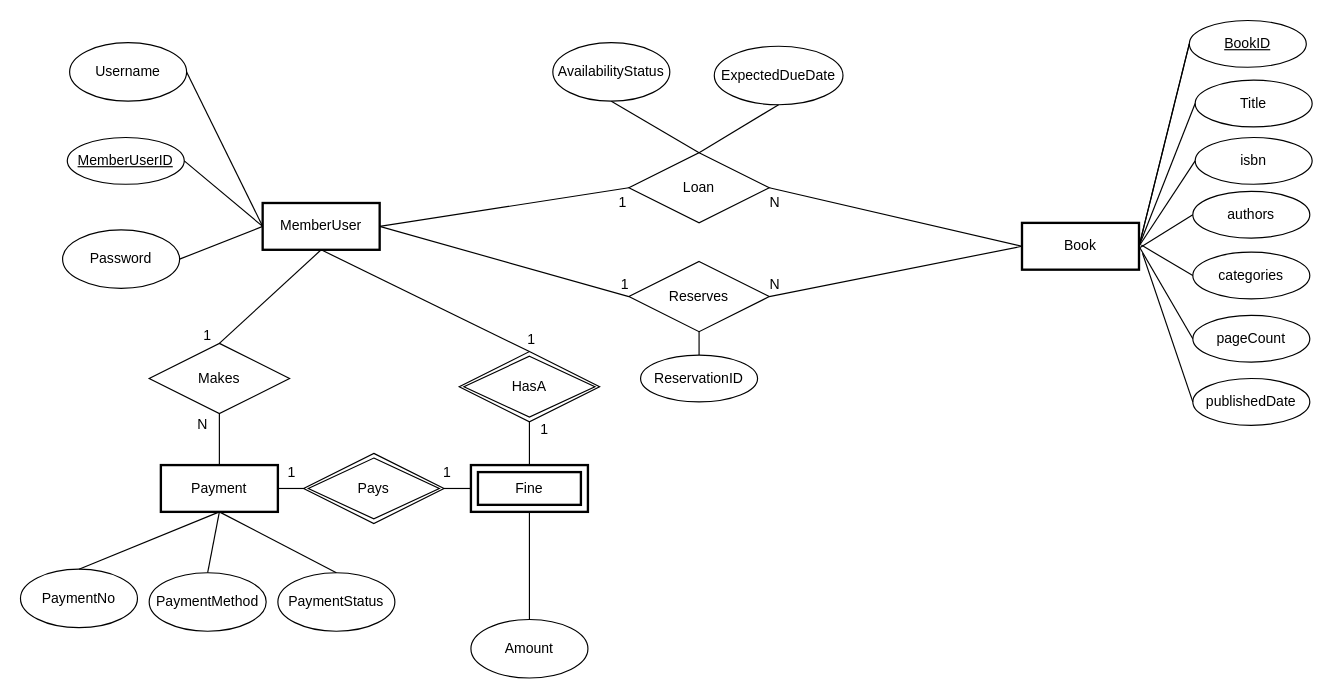
Above: page "Copy of Page-3" (1 of 6) of Untitled Diagram.drawio in kevinmingtarja/bt2102-ILS (draw.io), before the change. Source tidied: cells renumbered, new cells numbered last; positions are measured from the earlier drawing's top-left corner, leaving out a move shared by most shapes. Both pictures are drawn from the tidied source at 117%, with x=0, y=0 at pixel (20, 20).
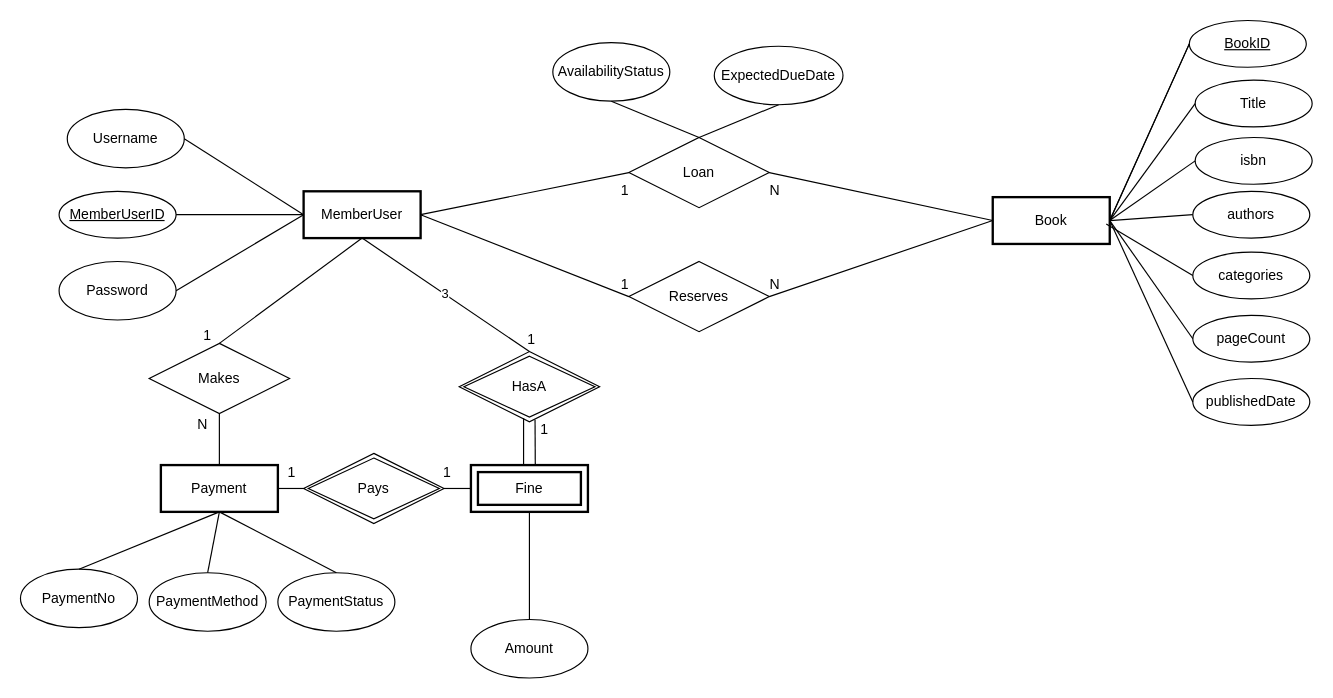
The same diagram, later.

The change refers to these unchanged cells:
```xml
<mxCell id="9" value="Reserves" style="shape=rhombus;perimeter=rhombusPerimeter;whiteSpace=wrap;html=1;align=center;" parent="1" vertex="1">
  <mxGeometry x="520" y="206" width="120" height="60" as="geometry" />
</mxCell>
<mxCell id="43" value="Fine" style="shape=ext;margin=3;double=1;whiteSpace=wrap;html=1;align=center;strokeWidth=2;" parent="1" vertex="1">
  <mxGeometry x="385" y="380" width="100" height="40" as="geometry" />
</mxCell>
<mxCell id="49" value="HasA" style="shape=rhombus;double=1;perimeter=rhombusPerimeter;whiteSpace=wrap;html=1;align=center;" parent="1" vertex="1">
  <mxGeometry x="375" y="283" width="120" height="60" as="geometry" />
</mxCell>
<mxCell id="51" value="1" style="text;html=1;strokeColor=none;fillColor=none;align=center;verticalAlign=middle;whiteSpace=wrap;rounded=0;" parent="1" vertex="1">
  <mxGeometry x="428" y="340" width="40" height="20" as="geometry" />
</mxCell>
<mxCell id="56" value="authors" style="ellipse;whiteSpace=wrap;html=1;align=center;fontStyle=0;" parent="1" vertex="1">
  <mxGeometry x="1002" y="146" width="100" height="40" as="geometry" />
</mxCell>
<mxCell id="60" value="publishedDate" style="ellipse;whiteSpace=wrap;html=1;align=center;fontStyle=0;" parent="1" vertex="1">
  <mxGeometry x="1002" y="306" width="100" height="40" as="geometry" />
</mxCell>
<mxCell id="62" value="categories" style="ellipse;whiteSpace=wrap;html=1;align=center;fontStyle=0;" parent="1" vertex="1">
  <mxGeometry x="1002" y="198" width="100" height="40" as="geometry" />
</mxCell>
```

Diff of the diagram source:
```diff
@@
     <mxCell id="2" value="MemberUser" style="whiteSpace=wrap;html=1;align=center;strokeWidth=2;" parent="1" vertex="1">
-      <mxGeometry x="207" y="156" width="100" height="40" as="geometry" />
+      <mxGeometry x="242" y="146" width="100" height="40" as="geometry" />
     </mxCell>
     <mxCell id="3" value="Book" style="whiteSpace=wrap;html=1;align=center;strokeWidth=2;" parent="1" vertex="1">
-      <mxGeometry x="856" y="173" width="100" height="40" as="geometry" />
+      <mxGeometry x="831" y="151" width="100" height="40" as="geometry" />
     </mxCell>
     <mxCell id="4" value="Loan" style="shape=rhombus;perimeter=rhombusPerimeter;whiteSpace=wrap;html=1;align=center;" parent="1" vertex="1">
-      <mxGeometry x="520" y="113" width="120" height="60" as="geometry" />
+      <mxGeometry x="520" y="100" width="120" height="60" as="geometry" />
     </mxCell>
     <mxCell id="5" value="MemberUserID" style="ellipse;whiteSpace=wrap;html=1;align=center;fontStyle=4;" parent="1" vertex="1">
-      <mxGeometry x="40" y="100" width="100" height="40" as="geometry" />
+      <mxGeometry x="33" y="146" width="100" height="40" as="geometry" />
     </mxCell>
     <mxCell id="6" value="Password" style="ellipse;whiteSpace=wrap;html=1;align=center;" parent="1" vertex="1">
-      <mxGeometry x="36" y="179" width="100" height="50" as="geometry" />
+      <mxGeometry x="33" y="206" width="100" height="50" as="geometry" />
     </mxCell>
@@
-    <mxCell id="13" value="ReservationID" style="ellipse;whiteSpace=wrap;html=1;align=center;fontStyle=0;" parent="1" vertex="1">
-      <mxGeometry x="530" y="286" width="100" height="40" as="geometry" />
-    </mxCell>
@@
-    <mxCell id="18" style="endArrow=none;html=1;rounded=0;exitX=0.5;exitY=1;exitDx=0;exitDy=0;entryX=0.5;entryY=0;entryDx=0;entryDy=0;" parent="1" edge="1" source="9" target="13">
-      <mxGeometry relative="1" as="geometry" />
-    </mxCell>
@@
     <mxCell id="35" value="1" style="text;html=1;strokeColor=none;fillColor=none;align=center;verticalAlign=middle;whiteSpace=wrap;rounded=0;" parent="1" vertex="1">
-      <mxGeometry x="495" y="146" width="40" height="20" as="geometry" />
+      <mxGeometry x="497" y="136" width="40" height="20" as="geometry" />
     </mxCell>
@@
     <mxCell id="38" value="N" style="text;html=1;strokeColor=none;fillColor=none;align=center;verticalAlign=middle;whiteSpace=wrap;rounded=0;" parent="1" vertex="1">
-      <mxGeometry x="625" y="146" width="40" height="20" as="geometry" />
+      <mxGeometry x="625" y="136" width="40" height="20" as="geometry" />
     </mxCell>
@@
-    <mxCell id="48" style="endArrow=none;html=1;entryX=0.5;entryY=1;entryDx=0;entryDy=0;exitX=0.5;exitY=0;exitDx=0;exitDy=0;" parent="1" edge="1" source="49" target="2">
-      <mxGeometry relative="1" as="geometry" />
-    </mxCell>
@@
-    <mxCell id="50" style="endArrow=none;html=1;entryX=0.5;entryY=1;entryDx=0;entryDy=0;exitX=0.5;exitY=0;exitDx=0;exitDy=0;" parent="1" edge="1" source="43" target="49">
-      <mxGeometry relative="1" as="geometry" />
+    <mxCell id="50" style="endArrow=none;html=1;entryX=0.295;entryY=0.059;entryDx=0;entryDy=0;exitX=0.5;exitY=0;exitDx=0;exitDy=0;entryPerimeter=0;" parent="1" edge="1" target="51">
+      <mxGeometry relative="1" as="geometry">
+        <mxPoint x="440" y="380" as="sourcePoint" />
+      </mxGeometry>
     </mxCell>
@@
     <mxCell id="52" value="Username" style="ellipse;whiteSpace=wrap;html=1;align=center;" parent="1" vertex="1">
-      <mxGeometry x="42" y="19" width="100" height="50" as="geometry" />
+      <mxGeometry x="40" y="76" width="100" height="50" as="geometry" />
     </mxCell>
@@
-    <mxCell id="57" style="endArrow=none;html=1;rounded=0;entryX=0;entryY=0.5;entryDx=0;entryDy=0;" parent="1" edge="1" target="56">
-      <mxGeometry relative="1" as="geometry">
-        <mxPoint x="957" y="194" as="sourcePoint" />
-      </mxGeometry>
+    <mxCell id="57" style="endArrow=none;html=1;rounded=0;entryX=0;entryY=0.5;entryDx=0;entryDy=0;exitX=1;exitY=0.5;exitDx=0;exitDy=0;" parent="1" edge="1" source="3" target="56">
+      <mxGeometry relative="1" as="geometry" />
     </mxCell>
@@
-    <mxCell id="61" style="endArrow=none;html=1;rounded=0;entryX=0;entryY=0.5;entryDx=0;entryDy=0;" parent="1" edge="1" target="60">
-      <mxGeometry relative="1" as="geometry">
-        <mxPoint x="959" y="199" as="sourcePoint" />
-      </mxGeometry>
+    <mxCell id="61" style="endArrow=none;html=1;rounded=0;entryX=0;entryY=0.5;entryDx=0;entryDy=0;exitX=1;exitY=0.5;exitDx=0;exitDy=0;" parent="1" edge="1" source="3" target="60">
+      <mxGeometry relative="1" as="geometry" />
     </mxCell>
@@
     <mxCell id="63" style="endArrow=none;html=1;rounded=0;entryX=0;entryY=0.5;entryDx=0;entryDy=0;" parent="1" edge="1" target="62">
       <mxGeometry relative="1" as="geometry">
-        <mxPoint x="958" y="192" as="sourcePoint" />
+        <mxPoint x="928" y="174" as="sourcePoint" />
       </mxGeometry>
     </mxCell>
@@
+    <mxCell id="66" style="endArrow=none;html=1;rounded=0;entryX=0.75;entryY=0;entryDx=0;entryDy=0;exitX=0;exitY=0;exitDx=0;exitDy=0;" parent="1" edge="1">
+      <mxGeometry relative="1" as="geometry">
+        <mxPoint x="430" y="340" as="sourcePoint" />
+        <mxPoint x="462" y="380" as="targetPoint" />
+        <Array as="points">
+          <mxPoint x="430" y="380" />
+        </Array>
+      </mxGeometry>
+    </mxCell>
+    <mxCell id="67" value="3" style="endArrow=none;html=1;rounded=0;exitX=0.5;exitY=1;exitDx=0;exitDy=0;entryX=0.5;entryY=0;entryDx=0;entryDy=0;" parent="1" edge="1" source="2" target="49">
+      <mxGeometry relative="1" as="geometry" />
+    </mxCell>
```
